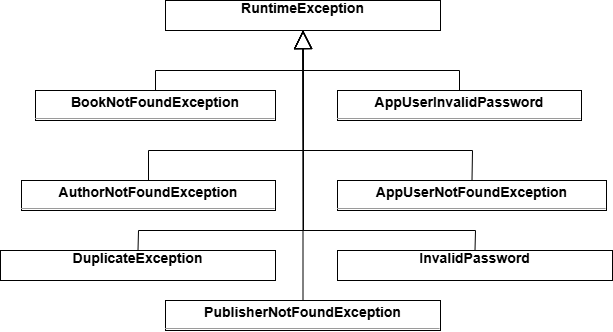
Above: pics/exception_hierarchy.png in l7aur/Library-Management-System (draw.io), before the change. Source tidied: cells renumbered, new cells last; positions are measured from the earlier drawing's top-left corner, leaving out a move shared by most shapes.
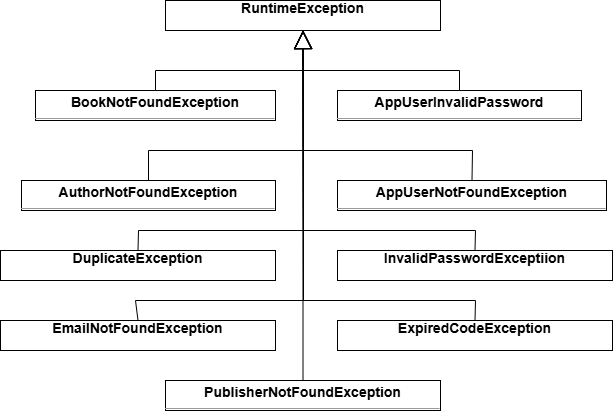
Later version of the same file.

The edit, as a diff of the source:
```diff
@@ -15,7 +15,7 @@
       <mxGeometry x="35" y="90" width="240" height="30" as="geometry" />
     </mxCell>
     <mxCell id="6" value="&lt;p style=&quot;margin:0px;margin-top:4px;text-align:center;&quot;&gt;&lt;b&gt;PublisherNotFoundException&lt;/b&gt;&lt;/p&gt;&lt;hr size=&quot;1&quot;/&gt;" style="verticalAlign=top;align=left;overflow=fill;fontSize=14;fontFamily=Helvetica;html=1;rounded=0;shadow=0;comic=0;labelBackgroundColor=none;strokeWidth=1;" parent="1" vertex="1">
-      <mxGeometry x="165" y="300" width="275" height="30" as="geometry" />
+      <mxGeometry x="165" y="380" width="275" height="30" as="geometry" />
     </mxCell>
     <mxCell id="7" value="&lt;div style=&quot;text-align: center;&quot;&gt;&lt;b style=&quot;background-color: transparent; color: light-dark(rgb(0, 0, 0), rgb(255, 255, 255));&quot;&gt;RuntimeException&lt;/b&gt;&lt;/div&gt;&lt;p style=&quot;margin:0px;margin-top:4px;text-align:center;&quot;&gt;&lt;/p&gt;" style="verticalAlign=top;align=left;overflow=fill;fontSize=14;fontFamily=Helvetica;html=1;rounded=0;shadow=0;comic=0;labelBackgroundColor=none;strokeWidth=1;" parent="1" vertex="1">
       <mxGeometry x="165" width="275" height="30" as="geometry" />
@@ -58,7 +58,7 @@
     <mxCell id="13" value="&lt;div style=&quot;text-align: center;&quot;&gt;&lt;b style=&quot;background-color: transparent; color: light-dark(rgb(0, 0, 0), rgb(255, 255, 255));&quot;&gt;DuplicateException&lt;/b&gt;&lt;/div&gt;&lt;p style=&quot;margin:0px;margin-top:4px;text-align:center;&quot;&gt;&lt;/p&gt;" style="verticalAlign=top;align=left;overflow=fill;fontSize=14;fontFamily=Helvetica;html=1;rounded=0;shadow=0;comic=0;labelBackgroundColor=none;strokeWidth=1;" parent="1" vertex="1">
       <mxGeometry y="250" width="275" height="30" as="geometry" />
     </mxCell>
-    <mxCell id="14" value="&lt;div style=&quot;text-align: center;&quot;&gt;&lt;b style=&quot;background-color: transparent; color: light-dark(rgb(0, 0, 0), rgb(255, 255, 255));&quot;&gt;InvalidPassword&lt;/b&gt;&lt;/div&gt;&lt;p style=&quot;margin:0px;margin-top:4px;text-align:center;&quot;&gt;&lt;/p&gt;" style="verticalAlign=top;align=left;overflow=fill;fontSize=14;fontFamily=Helvetica;html=1;rounded=0;shadow=0;comic=0;labelBackgroundColor=none;strokeWidth=1;" parent="1" vertex="1">
+    <mxCell id="14" value="&lt;div style=&quot;text-align: center;&quot;&gt;&lt;b style=&quot;background-color: transparent; color: light-dark(rgb(0, 0, 0), rgb(255, 255, 255));&quot;&gt;InvalidPasswordExceptiion&lt;/b&gt;&lt;/div&gt;&lt;p style=&quot;margin:0px;margin-top:4px;text-align:center;&quot;&gt;&lt;/p&gt;" style="verticalAlign=top;align=left;overflow=fill;fontSize=14;fontFamily=Helvetica;html=1;rounded=0;shadow=0;comic=0;labelBackgroundColor=none;strokeWidth=1;" parent="1" vertex="1">
       <mxGeometry x="337" y="250" width="275" height="30" as="geometry" />
     </mxCell>
     <mxCell id="15" style="endArrow=block;endSize=16;endFill=0;html=1;rounded=0;entryX=0.5;entryY=1;entryDx=0;entryDy=0;exitX=0.5;exitY=0;exitDx=0;exitDy=0;" parent="1" edge="1" source="13" target="7">
@@ -77,5 +77,27 @@
         </Array>
       </mxGeometry>
     </mxCell>
+    <mxCell id="17" value="&lt;div style=&quot;text-align: center;&quot;&gt;&lt;b style=&quot;background-color: transparent; color: light-dark(rgb(0, 0, 0), rgb(255, 255, 255));&quot;&gt;EmailNotFoundException&lt;/b&gt;&lt;/div&gt;&lt;p style=&quot;margin:0px;margin-top:4px;text-align:center;&quot;&gt;&lt;/p&gt;" style="verticalAlign=top;align=left;overflow=fill;fontSize=14;fontFamily=Helvetica;html=1;rounded=0;shadow=0;comic=0;labelBackgroundColor=none;strokeWidth=1;" parent="1" vertex="1">
+      <mxGeometry y="320" width="275" height="30" as="geometry" />
+    </mxCell>
+    <mxCell id="18" value="&lt;div style=&quot;text-align: center;&quot;&gt;&lt;b style=&quot;background-color: transparent; color: light-dark(rgb(0, 0, 0), rgb(255, 255, 255));&quot;&gt;ExpiredCodeException&lt;/b&gt;&lt;/div&gt;&lt;p style=&quot;margin:0px;margin-top:4px;text-align:center;&quot;&gt;&lt;/p&gt;" style="verticalAlign=top;align=left;overflow=fill;fontSize=14;fontFamily=Helvetica;html=1;rounded=0;shadow=0;comic=0;labelBackgroundColor=none;strokeWidth=1;" parent="1" vertex="1">
+      <mxGeometry x="337" y="320" width="275" height="30" as="geometry" />
+    </mxCell>
+    <mxCell id="19" style="endArrow=block;endSize=16;endFill=0;html=1;rounded=0;exitX=0.5;exitY=0;exitDx=0;exitDy=0;entryX=0.5;entryY=1;entryDx=0;entryDy=0;" parent="1" edge="1" source="17" target="7">
+      <mxGeometry x="0.25" y="10" relative="1" as="geometry">
+        <Array as="points">
+          <mxPoint x="135" y="300" />
+          <mxPoint x="303" y="300" />
+        </Array>
+      </mxGeometry>
+    </mxCell>
+    <mxCell id="20" style="endArrow=block;endSize=16;endFill=0;html=1;rounded=0;exitX=0.5;exitY=0;exitDx=0;exitDy=0;entryX=0.5;entryY=1;entryDx=0;entryDy=0;" parent="1" edge="1" source="18" target="7">
+      <mxGeometry x="0.25" y="10" relative="1" as="geometry">
+        <Array as="points">
+          <mxPoint x="475" y="300" />
+          <mxPoint x="303" y="300" />
+        </Array>
+      </mxGeometry>
+    </mxCell>
   </root>
 </mxGraphModel>
```
